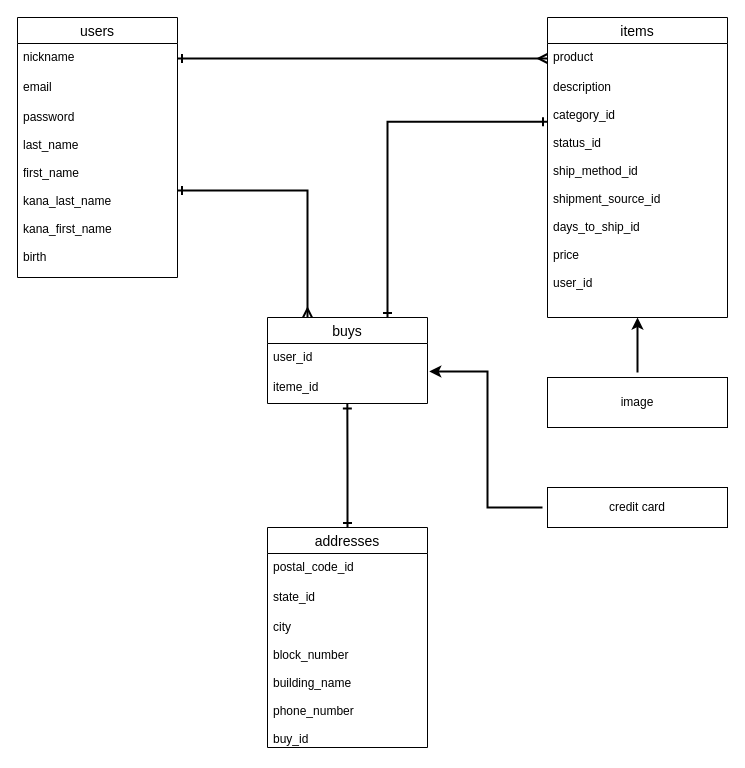
Above: er.dio in KakudaYutaka/furima-32111 (draw.io), before the change. Source tidied: cells renumbered, new cells numbered last; positions are measured from the earlier drawing's top-left corner, leaving out a move shared by most shapes. Both pictures are drawn from the tidied source at 100%, with x=0, y=0 at pixel (17, 17).
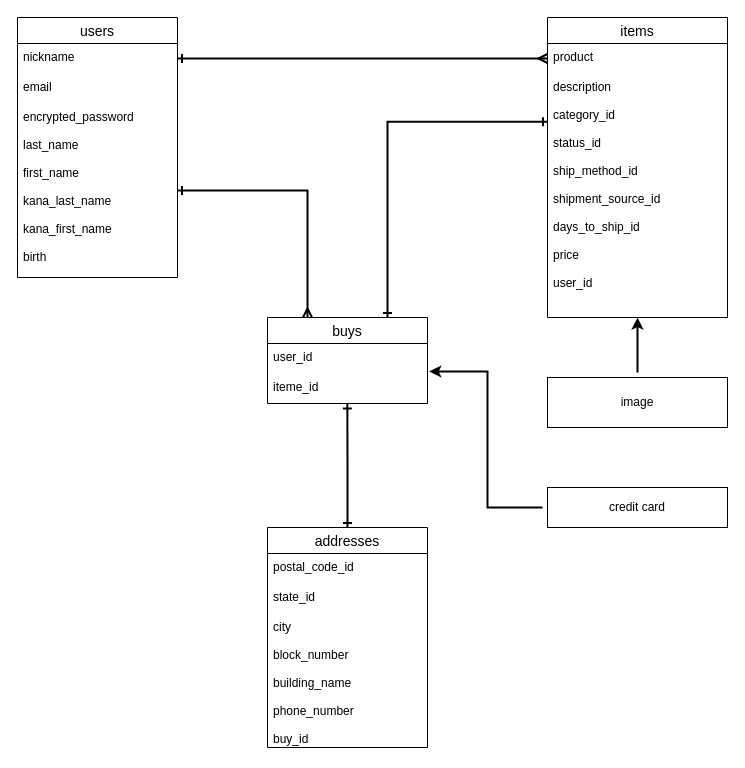
Above is the later version.

Commit message (it also covers changes not shown here):
データベース設計修正3

Unchanged cells that the change refers to:
```xml
<mxCell id="5" value="users" style="swimlane;fontStyle=0;horizontal=1;startSize=26;align=center;fontSize=14;" parent="1" vertex="1">
  <mxGeometry width="160" height="260" as="geometry" />
</mxCell>
```

What changed in the source:
```diff
@@
-    <mxCell id="8" value="password&#10;&#10;last_name&#10;&#10;first_name&#10;&#10;kana_last_name&#10;&#10;kana_first_name&#10;&#10;birth" style="text;strokeColor=none;fillColor=none;spacingLeft=4;spacingRight=4;overflow=hidden;points=[[0,0.5],[1,0.5]];portConstraint=eastwest;fontSize=12;" parent="5" vertex="1">
+    <mxCell id="8" value="encrypted_password&#10;&#10;last_name&#10;&#10;first_name&#10;&#10;kana_last_name&#10;&#10;kana_first_name&#10;&#10;birth" style="text;strokeColor=none;fillColor=none;spacingLeft=4;spacingRight=4;overflow=hidden;points=[[0,0.5],[1,0.5]];portConstraint=eastwest;fontSize=12;" parent="5" vertex="1">
       <mxGeometry y="86" width="160" height="174" as="geometry" />
     </mxCell>
```
